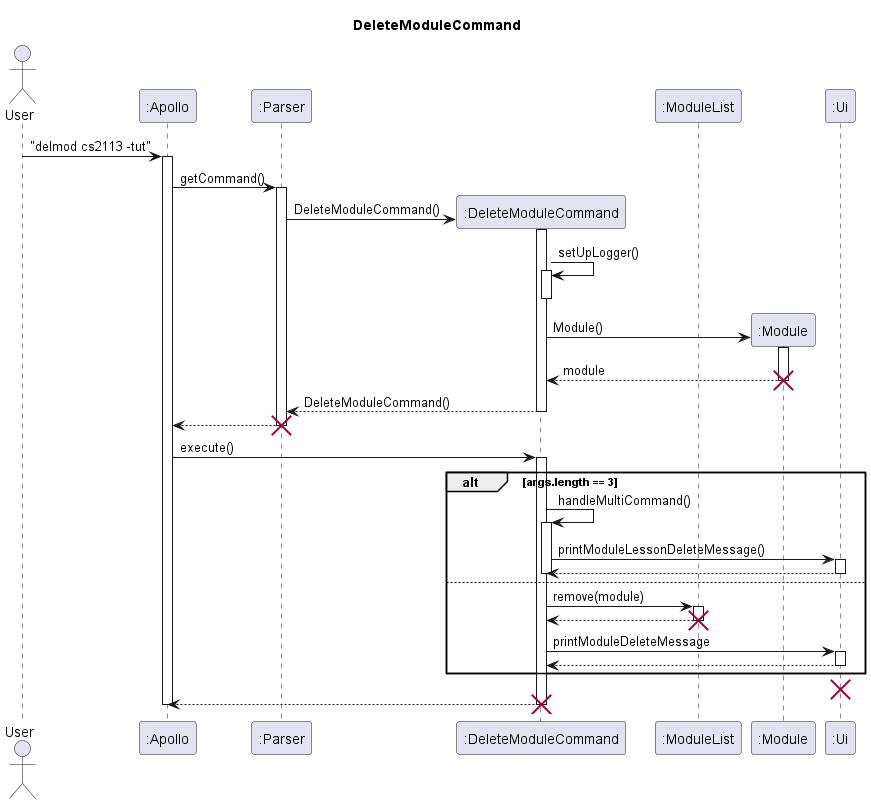
Earlier version of the PlantUML export docs/uml-diagrams/DeleteModuleCommand-DeleteModuleCommand.png (nus-cs2113-AY2223S2/tp). The source it was exported from:
```plantuml
@startuml

skinparam maxMessageSize 150

title DeleteModuleCommand

actor User

participant ":Apollo" as Apollo
participant ":Parser" as Parser
participant ":DeleteModuleCommand" as delmod
participant ":ModuleList" as ModuleList
participant ":Module" as Module
participant ":Ui" as Ui

User -> Apollo : "delmod cs2113 -tut"
activate Apollo

Apollo -> Parser: getCommand()
activate Parser

Parser -> delmod** : DeleteModuleCommand()
activate delmod

delmod -> delmod : setUpLogger()
activate delmod
deactivate delmod

delmod -> Module** : Module()
activate Module
Module --> delmod : module
deactivate Module
destroy Module

delmod --> Parser : DeleteModuleCommand()
deactivate delmod

Parser --> Apollo
deactivate Parser
destroy Parser

Apollo -> delmod : execute()
activate delmod

alt args.length == 3
    delmod -> delmod : handleMultiCommand()
    activate delmod
    delmod -> Ui : printModuleLessonDeleteMessage()
    activate Ui
    Ui --> delmod
    deactivate Ui

    deactivate delmod

else
    delmod -> ModuleList : remove(module)
    activate ModuleList
    ModuleList --> delmod
    deactivate ModuleList
    destroy ModuleList

    delmod -> Ui : printModuleDeleteMessage
    activate Ui
    Ui --> delmod
    deactivate Ui

end

destroy Ui

delmod --> Apollo

deactivate delmod
destroy delmod

deactivate Apollo









@enduml
```
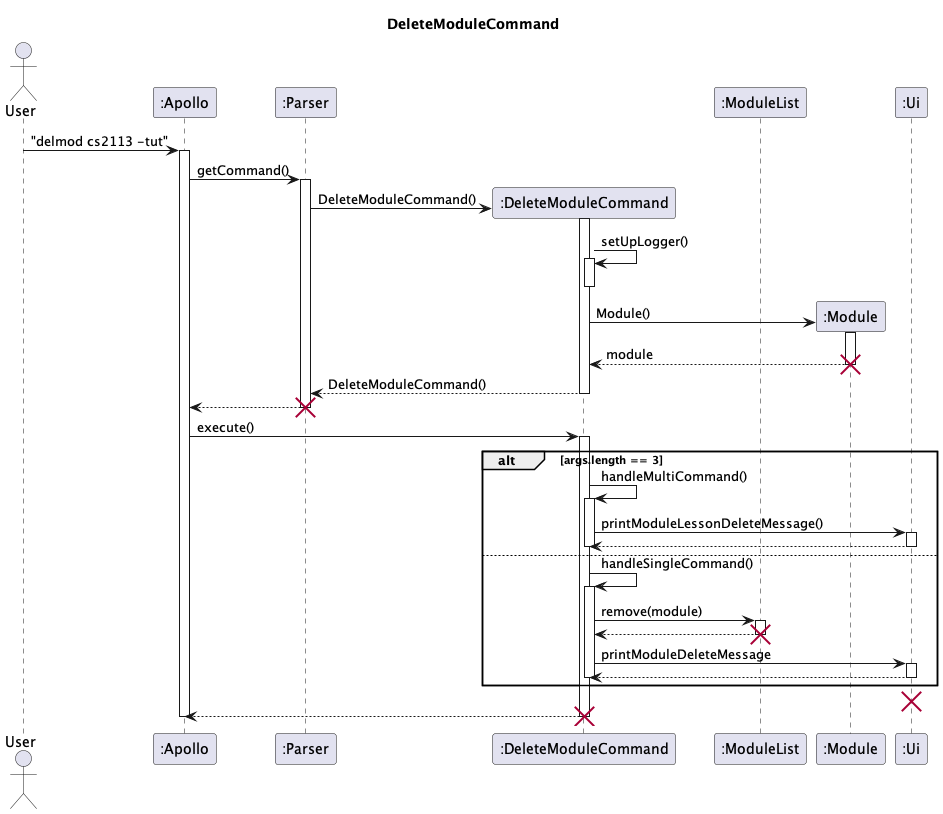
Above is the later version.

Commit message:
Update SLAP for delmod and addmod

What changed in the source:
```diff
@@ -53,6 +53,8 @@
     deactivate delmod
 
 else
+    delmod -> delmod : handleSingleCommand()
+    activate delmod
     delmod -> ModuleList : remove(module)
     activate ModuleList
     ModuleList --> delmod
@@ -62,6 +64,7 @@
     delmod -> Ui : printModuleDeleteMessage
     activate Ui
     Ui --> delmod
+    deactivate delmod
     deactivate Ui
 
 end
```
